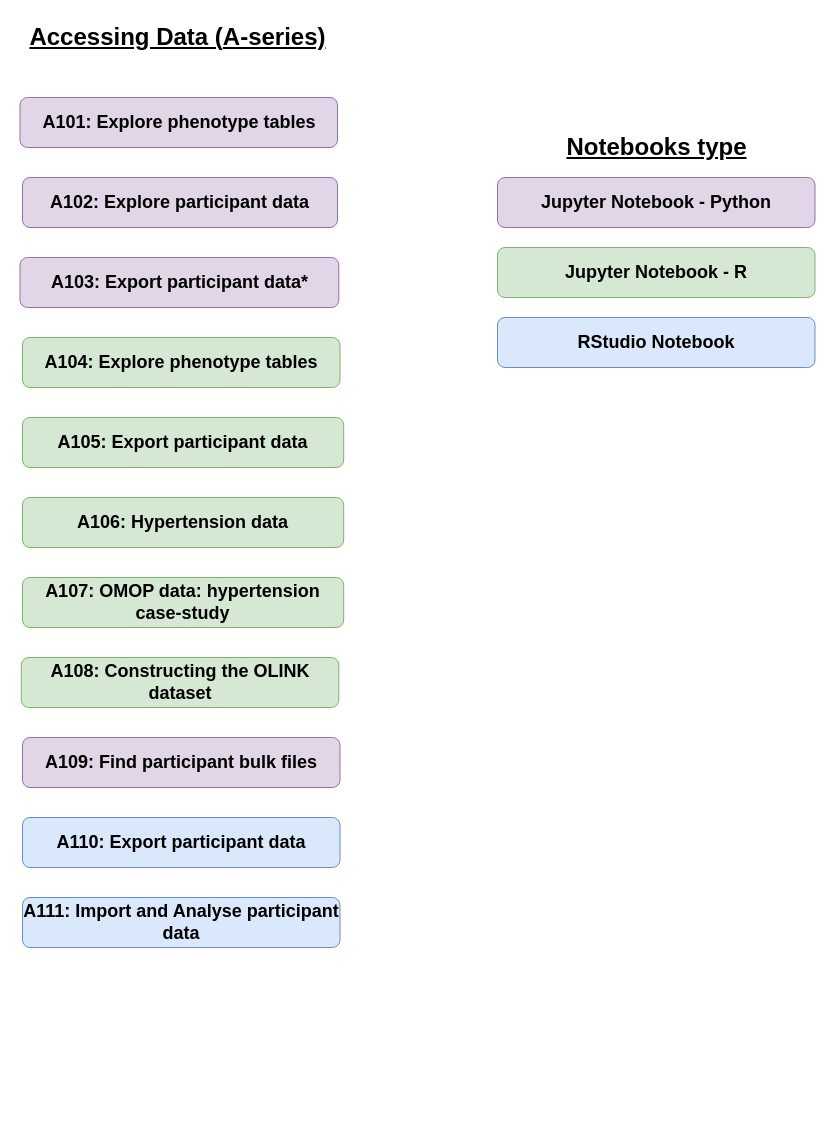
The draw.io diagram access_data.drawio in UK-Biobank/UKB-RAP-Notebooks-Access, before the edit. Source tidied: cells renumbered, new cells numbered last; positions are measured from the earlier drawing's top-left corner, leaving out a move shared by most shapes. Both pictures are drawn from the tidied source at 100%, with x=0, y=0 at pixel (17, 17).
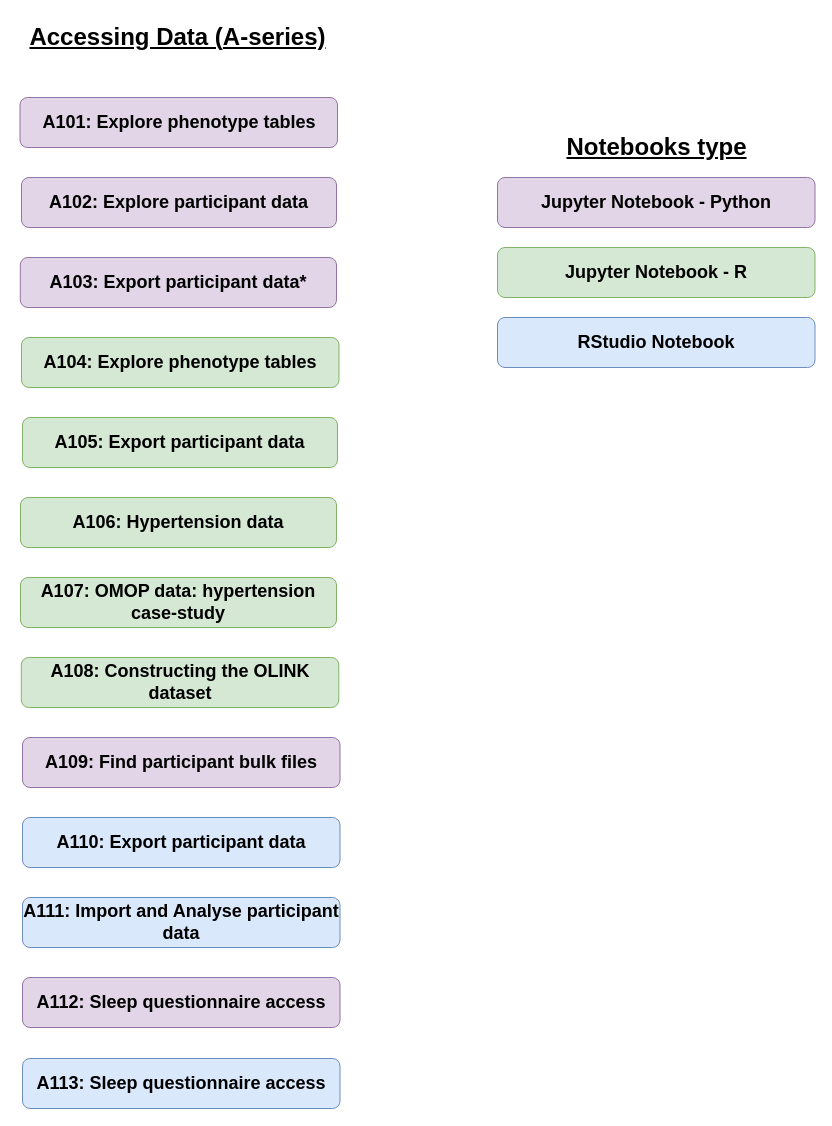
The same diagram, later.

Commit message (it also covers changes not shown here):
Update to readme and diagram to include A112 and A113

What changed in the source:
```diff
@@
 <mxGraphModel>
   <root>
     <mxCell id="0" />
     <mxCell id="1" parent="0" />
     <mxCell id="2" value="&lt;font style=&quot;font-size: 24px;&quot;&gt;&lt;b style=&quot;&quot;&gt;&lt;u style=&quot;&quot;&gt;&lt;font style=&quot;font-size: 24px;&quot;&gt;Accessing Data (&lt;/font&gt;&lt;/u&gt;&lt;/b&gt;&lt;b style=&quot;background-color: initial;&quot;&gt;&lt;u style=&quot;&quot;&gt;A-series)&lt;/u&gt;&lt;/b&gt;&lt;/font&gt;" style="text;html=1;align=center;verticalAlign=middle;strokeColor=none;fillColor=none;fontSize=14;" parent="1" vertex="1">
       <mxGeometry width="320" height="40" as="geometry" />
     </mxCell>
     <mxCell id="3" value="&lt;p&gt;&lt;font size=&quot;1&quot; style=&quot;&quot; color=&quot;#000000&quot;&gt;&lt;b style=&quot;font-size: 18px;&quot;&gt;A101: Explore phenotype tables&lt;/b&gt;&lt;/font&gt;&lt;/p&gt;" style="whiteSpace=wrap;html=1;fillColor=#e1d5e7;strokeColor=#9673a6;rounded=1;" parent="1" vertex="1">
       <mxGeometry x="2.5" y="80" width="317.5" height="50" as="geometry" />
     </mxCell>
     <mxCell id="4" value="&lt;p&gt;&lt;b&gt;&lt;font style=&quot;font-size: 18px;&quot; color=&quot;#000000&quot;&gt;A102: Explore participant data&lt;/font&gt;&lt;/b&gt;&lt;/p&gt;" style="whiteSpace=wrap;html=1;fillColor=#e1d5e7;strokeColor=#9673a6;rounded=1;" parent="1" vertex="1">
-      <mxGeometry x="5" y="160" width="315" height="50" as="geometry" />
+      <mxGeometry x="4" y="160" width="315" height="50" as="geometry" />
     </mxCell>
     <mxCell id="5" value="&lt;p&gt;&lt;b&gt;&lt;font style=&quot;font-size: 18px;&quot; color=&quot;#000000&quot;&gt;A103: Export participant data*&lt;/font&gt;&lt;/b&gt;&lt;/p&gt;" style="whiteSpace=wrap;html=1;fillColor=#e1d5e7;strokeColor=#9673a6;rounded=1;" parent="1" vertex="1">
-      <mxGeometry x="2.5" y="240" width="318.8" height="50" as="geometry" />
+      <mxGeometry x="2.8" y="240" width="316.2" height="50" as="geometry" />
     </mxCell>
     <mxCell id="6" value="&lt;p&gt;&lt;b&gt;&lt;font style=&quot;font-size: 18px;&quot; color=&quot;#000000&quot;&gt;A104: Explore phenotype tables&lt;/font&gt;&lt;/b&gt;&lt;/p&gt;" style="whiteSpace=wrap;html=1;fillColor=#d5e8d4;strokeColor=#82b366;rounded=1;" parent="1" vertex="1">
-      <mxGeometry x="5" y="320" width="317.5" height="50" as="geometry" />
+      <mxGeometry x="4" y="320" width="317.5" height="50" as="geometry" />
     </mxCell>
     <mxCell id="7" value="&lt;p&gt;&lt;b&gt;&lt;font style=&quot;font-size: 18px;&quot; color=&quot;#000000&quot;&gt;A105: Export participant data&lt;/font&gt;&lt;/b&gt;&lt;/p&gt;" style="whiteSpace=wrap;html=1;fillColor=#d5e8d4;strokeColor=#82b366;rounded=1;" parent="1" vertex="1">
-      <mxGeometry x="5" y="400" width="321.2" height="50" as="geometry" />
+      <mxGeometry x="5" y="400" width="315" height="50" as="geometry" />
     </mxCell>
     <mxCell id="8" value="&lt;p style=&quot;font-size: 18px;&quot;&gt;&lt;b&gt;&lt;font style=&quot;font-size: 18px;&quot; color=&quot;#000000&quot;&gt;A107: &lt;/font&gt;&lt;span style=&quot;background-color: initial;&quot;&gt;OMOP data: hypertension case-study&lt;/span&gt;&lt;/b&gt;&lt;/p&gt;" style="whiteSpace=wrap;html=1;fillColor=#d5e8d4;strokeColor=#82b366;rounded=1;" parent="1" vertex="1">
-      <mxGeometry x="5" y="560" width="321.2" height="50" as="geometry" />
+      <mxGeometry x="3" y="560" width="316" height="50" as="geometry" />
     </mxCell>
     <mxCell id="9" value="&lt;p&gt;&lt;b&gt;&lt;font style=&quot;font-size: 18px;&quot; color=&quot;#000000&quot;&gt;A106: Hypertension data&lt;/font&gt;&lt;/b&gt;&lt;/p&gt;" style="whiteSpace=wrap;html=1;fillColor=#d5e8d4;strokeColor=#82b366;rounded=1;" parent="1" vertex="1">
-      <mxGeometry x="5" y="480" width="321.2" height="50" as="geometry" />
+      <mxGeometry x="3" y="480" width="316" height="50" as="geometry" />
     </mxCell>
     <mxCell id="10" value="&lt;p style=&quot;&quot;&gt;&lt;b style=&quot;&quot;&gt;&lt;font style=&quot;font-size: 18px;&quot; color=&quot;#000000&quot;&gt;A108: Constructing the OLINK dataset&lt;/font&gt;&lt;/b&gt;&lt;/p&gt;" style="whiteSpace=wrap;html=1;fillColor=#d5e8d4;strokeColor=#82b366;rounded=1;" parent="1" vertex="1">
       <mxGeometry x="3.8" y="640" width="317.5" height="50" as="geometry" />
     </mxCell>
     <mxCell id="11" value="&lt;p style=&quot;&quot;&gt;&lt;b style=&quot;&quot;&gt;&lt;font style=&quot;font-size: 18px;&quot; color=&quot;#000000&quot;&gt;A109: Find participant bulk files&lt;/font&gt;&lt;/b&gt;&lt;/p&gt;" style="whiteSpace=wrap;html=1;fillColor=#e1d5e7;strokeColor=#9673a6;rounded=1;" parent="1" vertex="1">
       <mxGeometry x="5" y="720" width="317.5" height="50" as="geometry" />
     </mxCell>
     <mxCell id="12" value="&lt;p style=&quot;&quot;&gt;&lt;b style=&quot;&quot;&gt;&lt;font style=&quot;font-size: 18px;&quot; color=&quot;#000000&quot;&gt;A110: Export participant data&lt;/font&gt;&lt;/b&gt;&lt;/p&gt;" style="whiteSpace=wrap;html=1;fillColor=#dae8fc;strokeColor=#6c8ebf;rounded=1;" parent="1" vertex="1">
       <mxGeometry x="5" y="800" width="317.5" height="50" as="geometry" />
     </mxCell>
     <mxCell id="13" value="&lt;p style=&quot;&quot;&gt;&lt;b style=&quot;&quot;&gt;&lt;font style=&quot;font-size: 18px;&quot; color=&quot;#000000&quot;&gt;A111: Import and Analyse participant data&lt;/font&gt;&lt;/b&gt;&lt;/p&gt;" style="whiteSpace=wrap;html=1;fillColor=#dae8fc;strokeColor=#6c8ebf;rounded=1;" parent="1" vertex="1">
       <mxGeometry x="5" y="880" width="317.5" height="50" as="geometry" />
     </mxCell>
     <mxCell id="14" value="&lt;p&gt;&lt;font size=&quot;1&quot; style=&quot;&quot; color=&quot;#000000&quot;&gt;&lt;b style=&quot;font-size: 18px;&quot;&gt;Jupyter Notebook - Python&lt;/b&gt;&lt;/font&gt;&lt;/p&gt;" style="whiteSpace=wrap;html=1;fillColor=#e1d5e7;strokeColor=#9673a6;rounded=1;shadow=0;" parent="1" vertex="1">
       <mxGeometry x="480" y="160" width="317.5" height="50" as="geometry" />
     </mxCell>
     <mxCell id="15" value="&lt;p&gt;&lt;font size=&quot;1&quot; style=&quot;&quot; color=&quot;#000000&quot;&gt;&lt;b style=&quot;font-size: 18px;&quot;&gt;Jupyter Notebook - R&lt;/b&gt;&lt;/font&gt;&lt;/p&gt;" style="whiteSpace=wrap;html=1;fillColor=#d5e8d4;strokeColor=#82b366;rounded=1;shadow=0;" parent="1" vertex="1">
       <mxGeometry x="480" y="230" width="317.5" height="50" as="geometry" />
     </mxCell>
     <mxCell id="16" value="&lt;p&gt;&lt;span style=&quot;font-size: 18px;&quot;&gt;&lt;b&gt;RStudio Notebook&lt;/b&gt;&lt;/span&gt;&lt;/p&gt;" style="whiteSpace=wrap;html=1;fillColor=#dae8fc;strokeColor=#6c8ebf;rounded=1;shadow=0;" parent="1" vertex="1">
       <mxGeometry x="480" y="300" width="317.5" height="50" as="geometry" />
     </mxCell>
     <mxCell id="17" value="&lt;span style=&quot;font-size: 24px;&quot;&gt;&lt;b&gt;&lt;u&gt;Notebooks type&lt;/u&gt;&lt;/b&gt;&lt;/span&gt;" style="text;html=1;align=center;verticalAlign=middle;strokeColor=none;fillColor=none;fontSize=14;" parent="1" vertex="1">
       <mxGeometry x="538.8" y="110" width="200" height="40" as="geometry" />
     </mxCell>
+    <mxCell id="18" value="&lt;p style=&quot;&quot;&gt;&lt;b style=&quot;&quot;&gt;&lt;font style=&quot;font-size: 18px;&quot; color=&quot;#000000&quot;&gt;A112: Sleep questionnaire access&lt;/font&gt;&lt;/b&gt;&lt;/p&gt;" style="whiteSpace=wrap;html=1;fillColor=#E1D5E7;strokeColor=#9673A6;rounded=1;gradientColor=none;" parent="1" vertex="1">
+      <mxGeometry x="5" y="960" width="317.5" height="50" as="geometry" />
+    </mxCell>
+    <mxCell id="19" value="&lt;p style=&quot;&quot;&gt;&lt;b&gt;&lt;font style=&quot;font-size: 18px;&quot;&gt;A113: Sleep questionnaire access&lt;/font&gt;&lt;/b&gt;&lt;/p&gt;" style="whiteSpace=wrap;html=1;fillColor=#dae8fc;strokeColor=#6c8ebf;rounded=1;" parent="1" vertex="1">
+      <mxGeometry x="5" y="1041" width="317.5" height="50" as="geometry" />
+    </mxCell>
   </root>
 </mxGraphModel>
```
